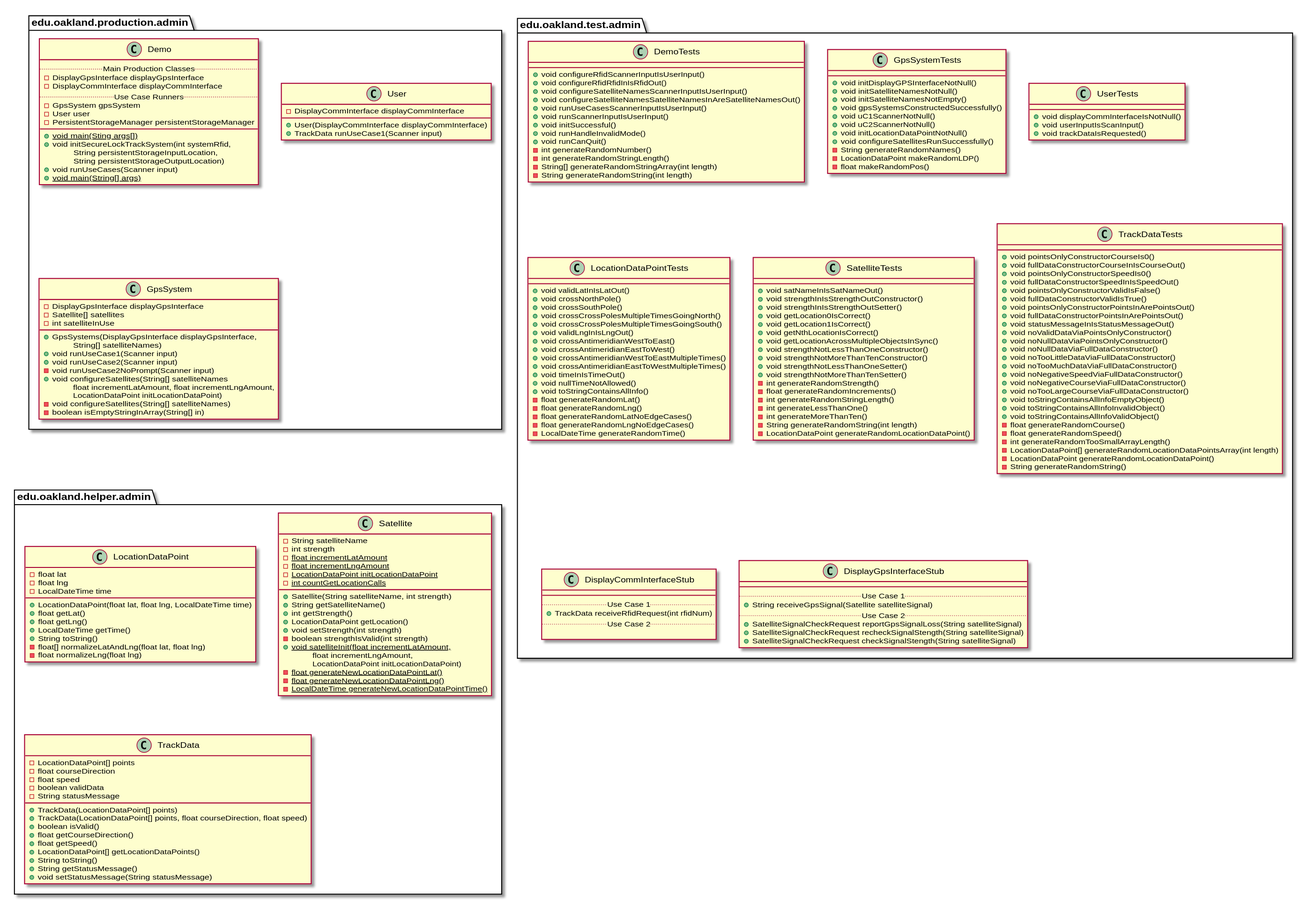
Earlier version of the PlantUML export docs/uml-class-diagrams/admin/AdminPackages.svg (andrewdimmer/csi-3370-software-project).
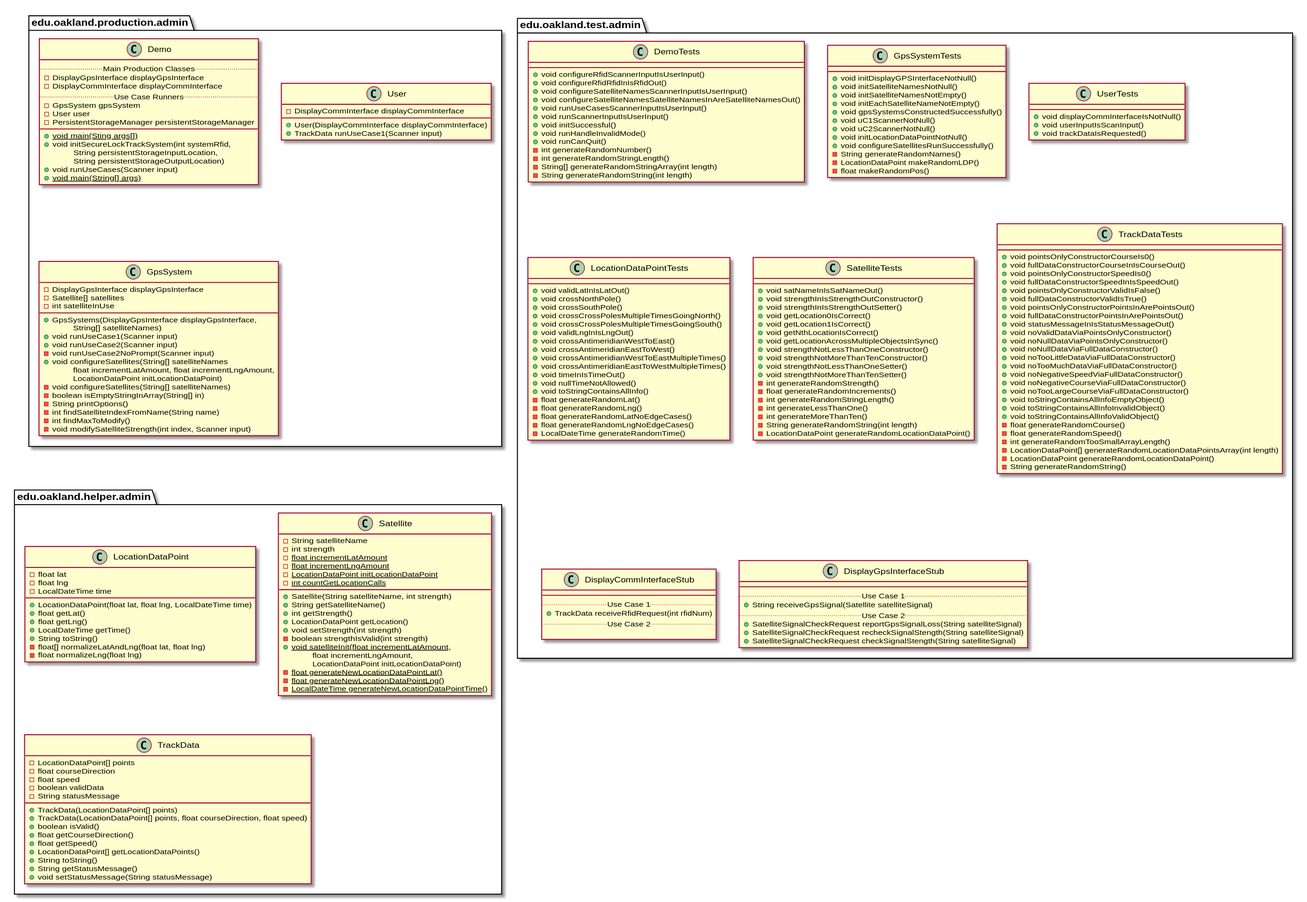
After the change.

The edit, as a diff of the source:
```diff
@@ -50,6 +50,10 @@
         \tLocationDataPoint initLocationDataPoint)
         - void configureSatellites(String[] satelliteNames)
         - boolean isEmptyStringInArray(String[] in)
+        - String printOptions()
+        - int findSatelliteIndexFromName(String name)
+        - int findMaxToModify()
+        - void modifySatelliteStrength(int index, Scanner input)
     }
 }
 
@@ -91,6 +95,7 @@
         + void initDisplayGPSInterfaceNotNull()
         + void initSatelliteNamesNotNull()
         + void initSatelliteNamesNotEmpty()
+        + void initEachSatelliteNameNotEmpty()
         + void gpsSystemsConstructedSuccessfully()
         + void uC1ScannerNotNull()
         + void uC2ScannerNotNull()
```
